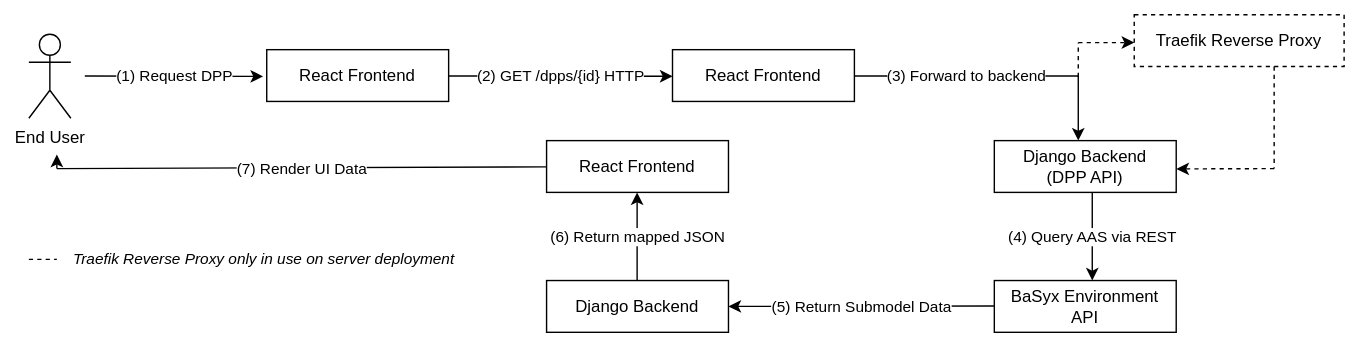
DHBW-TINF24F/Team6-BaSyx-DPP-API keeps this draw.io diagram as PROJECT/SAS/src/communication-diagram/TINF24F_SAS_Team_6_Communication-Diagram_R10.drawio.svg. Above is the earlier version. Source tidied: cells renumbered, new cells last; positions are measured from the earlier drawing's top-left corner, leaving out a move shared by most shapes.
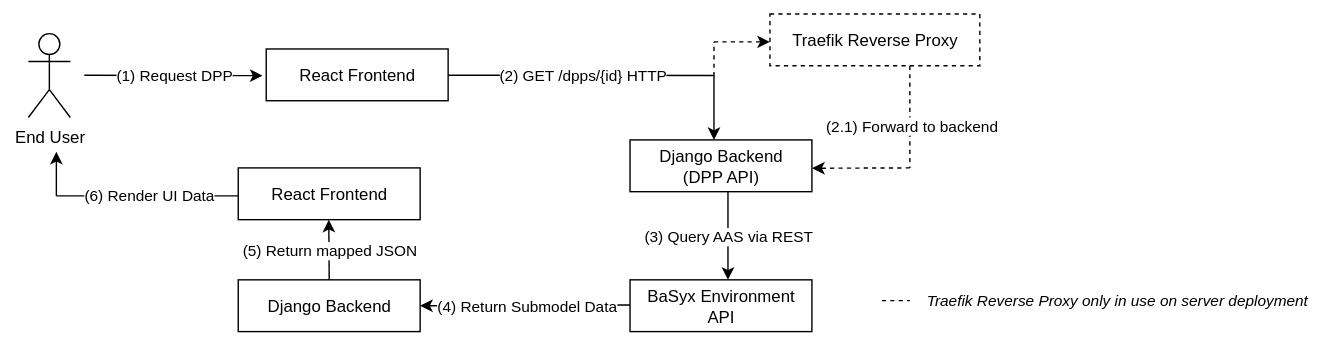
After the commit.

Commit message:
fixed faulty communication diagram

Change to the diagram source:
```diff
@@ -16,124 +16,114 @@
     <mxCell id="5" value="React Frontend" style="rounded=0;whiteSpace=wrap;html=1;" parent="1" vertex="1">
       <mxGeometry x="170" y="25" width="130" height="37" as="geometry" />
     </mxCell>
-    <mxCell id="6" style="endArrow=classic;html=1;rounded=0;" parent="1" edge="1">
+    <mxCell id="6" style="endArrow=none;html=1;rounded=0;endFill=0;" parent="1" edge="1">
       <mxGeometry relative="1" as="geometry">
         <mxPoint x="300" y="43.8" as="sourcePoint" />
-        <mxPoint x="460" y="44" as="targetPoint" />
+        <mxPoint x="490" y="44" as="targetPoint" />
       </mxGeometry>
     </mxCell>
     <mxCell id="7" value="(2) GET /dpps/{id} HTTP" style="edgeLabel;html=1;align=center;verticalAlign=middle;" parent="6" vertex="1">
       <mxGeometry relative="1" as="geometry" />
     </mxCell>
-    <mxCell id="8" value="React Frontend" style="rounded=0;whiteSpace=wrap;html=1;" parent="1" vertex="1">
-      <mxGeometry x="460" y="25" width="130" height="37" as="geometry" />
-    </mxCell>
     <mxCell id="9" style="endArrow=none;dashed=1;html=1;rounded=0;" parent="1" edge="1">
       <mxGeometry relative="1" as="geometry">
-        <mxPoint x="750" y="44.5" as="sourcePoint" />
-        <mxPoint x="750" y="20" as="targetPoint" />
+        <mxPoint x="490" y="44.5" as="sourcePoint" />
+        <mxPoint x="490" y="20" as="targetPoint" />
       </mxGeometry>
     </mxCell>
     <mxCell id="10" style="endArrow=classic;dashed=1;html=1;rounded=0;endFill=1;" parent="1" edge="1">
       <mxGeometry relative="1" as="geometry">
-        <mxPoint x="750" y="19.9" as="sourcePoint" />
-        <mxPoint x="790" y="19.9" as="targetPoint" />
+        <mxPoint x="490" y="19.9" as="sourcePoint" />
+        <mxPoint x="530" y="19.9" as="targetPoint" />
       </mxGeometry>
     </mxCell>
     <mxCell id="11" style="endArrow=classic;html=1;rounded=0;" parent="1" edge="1">
       <mxGeometry relative="1" as="geometry">
-        <mxPoint x="750" y="44" as="sourcePoint" />
-        <mxPoint x="750" y="90" as="targetPoint" />
+        <mxPoint x="490" y="44" as="sourcePoint" />
+        <mxPoint x="490" y="90" as="targetPoint" />
       </mxGeometry>
     </mxCell>
     <mxCell id="12" value="Traefik Reverse Proxy" style="rounded=0;whiteSpace=wrap;html=1;dashed=1;" parent="1" vertex="1">
-      <mxGeometry x="790" width="150" height="37" as="geometry" />
+      <mxGeometry x="530" width="150" height="37" as="geometry" />
     </mxCell>
-    <mxCell id="13" style="endArrow=none;html=1;rounded=0;endFill=0;" parent="1" edge="1">
-      <mxGeometry relative="1" as="geometry">
-        <mxPoint x="590" y="43.9" as="sourcePoint" />
-        <mxPoint x="750" y="43.9" as="targetPoint" />
-      </mxGeometry>
-    </mxCell>
-    <mxCell id="14" value="(3) Forward to backend" style="edgeLabel;html=1;align=center;verticalAlign=middle;" parent="13" vertex="1">
-      <mxGeometry relative="1" as="geometry" />
-    </mxCell>
     <mxCell id="15" value="Django Backend&lt;div&gt;(DPP API)&lt;/div&gt;" style="rounded=0;whiteSpace=wrap;html=1;" parent="1" vertex="1">
-      <mxGeometry x="690" y="90" width="130" height="37" as="geometry" />
+      <mxGeometry x="430" y="90" width="130" height="37" as="geometry" />
     </mxCell>
     <mxCell id="16" style="endArrow=none;html=1;rounded=0;exitX=0.16;exitY=0.977;exitDx=0;exitDy=0;exitPerimeter=0;dashed=1;endFill=0;" parent="1" edge="1">
       <mxGeometry relative="1" as="geometry">
-        <mxPoint x="890" y="37" as="sourcePoint" />
-        <mxPoint x="890" y="110" as="targetPoint" />
+        <mxPoint x="630" y="37" as="sourcePoint" />
+        <mxPoint x="630" y="110" as="targetPoint" />
       </mxGeometry>
     </mxCell>
+    <mxCell id="33" value="(2.1) Forward to backend" style="edgeLabel;html=1;align=center;verticalAlign=middle;" parent="16" vertex="1">
+      <mxGeometry x="0.15" y="1" relative="1" as="geometry" />
+    </mxCell>
     <mxCell id="17" style="endArrow=classic;html=1;rounded=0;dashed=1;endFill=1;entryX=1.001;entryY=0.547;entryDx=0;entryDy=0;entryPerimeter=0;" parent="1" edge="1" target="15">
       <mxGeometry relative="1" as="geometry">
-        <mxPoint x="890" y="110" as="sourcePoint" />
+        <mxPoint x="630" y="110" as="sourcePoint" />
       </mxGeometry>
     </mxCell>
     <mxCell id="18" value="BaSyx Environment&lt;div&gt;API&lt;/div&gt;" style="rounded=0;whiteSpace=wrap;html=1;" parent="1" vertex="1">
-      <mxGeometry x="690" y="190" width="130" height="37" as="geometry" />
+      <mxGeometry x="430" y="190" width="130" height="37" as="geometry" />
     </mxCell>
     <mxCell id="19" style="endArrow=none;html=1;rounded=0;startArrow=classic;startFill=1;endFill=0;" parent="1" edge="1">
       <mxGeometry relative="1" as="geometry">
-        <mxPoint x="760" y="190" as="sourcePoint" />
-        <mxPoint x="760" y="127" as="targetPoint" />
+        <mxPoint x="500" y="190" as="sourcePoint" />
+        <mxPoint x="500" y="127" as="targetPoint" />
       </mxGeometry>
     </mxCell>
-    <mxCell id="20" value="(4) Query AAS via REST" style="edgeLabel;html=1;align=center;verticalAlign=middle;" parent="19" vertex="1">
+    <mxCell id="20" value="(3) Query AAS via REST" style="edgeLabel;html=1;align=center;verticalAlign=middle;" parent="19" vertex="1">
       <mxGeometry relative="1" as="geometry" />
     </mxCell>
     <mxCell id="21" style="endArrow=none;html=1;rounded=0;startArrow=classic;startFill=1;endFill=0;exitX=1;exitY=0.5;exitDx=0;exitDy=0;" parent="1" edge="1" source="23">
       <mxGeometry relative="1" as="geometry">
-        <mxPoint x="690" y="208.2" as="targetPoint" />
+        <mxPoint x="430" y="208" as="targetPoint" />
       </mxGeometry>
     </mxCell>
-    <mxCell id="22" value="(5) Return Submodel Data" style="edgeLabel;html=1;align=center;verticalAlign=middle;" parent="21" vertex="1">
+    <mxCell id="22" value="(4) Return Submodel Data" style="edgeLabel;html=1;align=center;verticalAlign=middle;" parent="21" vertex="1">
       <mxGeometry relative="1" as="geometry" />
     </mxCell>
     <mxCell id="23" value="Django Backend" style="rounded=0;whiteSpace=wrap;html=1;" parent="1" vertex="1">
-      <mxGeometry x="370" y="190" width="130" height="37" as="geometry" />
+      <mxGeometry x="150" y="190" width="130" height="37" as="geometry" />
     </mxCell>
     <mxCell id="24" style="endArrow=classic;html=1;rounded=0;startArrow=none;startFill=0;endFill=1;" parent="1" edge="1">
       <mxGeometry relative="1" as="geometry">
-        <mxPoint x="434.7" y="190" as="sourcePoint" />
-        <mxPoint x="434.7" y="127" as="targetPoint" />
+        <mxPoint x="215" y="190" as="sourcePoint" />
+        <mxPoint x="214.7" y="147" as="targetPoint" />
       </mxGeometry>
     </mxCell>
-    <mxCell id="25" value="(6) Return mapped JSON" style="edgeLabel;html=1;align=center;verticalAlign=middle;" parent="24" vertex="1">
+    <mxCell id="25" value="(5) Return mapped JSON" style="edgeLabel;html=1;align=center;verticalAlign=middle;" parent="24" vertex="1">
       <mxGeometry relative="1" as="geometry" />
     </mxCell>
-    <mxCell id="26" style="endArrow=none;html=1;rounded=0;startArrow=classic;startFill=1;endFill=0;" parent="1" edge="1" source="29">
-      <mxGeometry relative="1" as="geometry">
-        <mxPoint x="400" y="108.3" as="targetPoint" />
-      </mxGeometry>
-    </mxCell>
-    <mxCell id="27" style="endArrow=none;html=1;rounded=0;startArrow=none;startFill=0;endFill=0;" parent="1" edge="1" target="29">
+    <mxCell id="27" style="endArrow=none;html=1;rounded=0;startArrow=none;startFill=0;endFill=0;" parent="1" edge="1">
       <mxGeometry relative="1" as="geometry">
-        <mxPoint x="20" y="110" as="sourcePoint" />
+        <mxPoint x="20" y="130" as="sourcePoint" />
+        <mxPoint x="150" y="130" as="targetPoint" />
       </mxGeometry>
     </mxCell>
-    <mxCell id="28" value="(7) Render UI Data" style="edgeLabel;html=1;align=center;verticalAlign=middle;" parent="27" vertex="1">
+    <mxCell id="28" value="(6) Render UI Data" style="edgeLabel;html=1;align=center;verticalAlign=middle;" parent="27" vertex="1">
       <mxGeometry relative="1" as="geometry" />
     </mxCell>
     <mxCell id="29" value="React Frontend" style="rounded=0;whiteSpace=wrap;html=1;" parent="1" vertex="1">
-      <mxGeometry x="370" y="90" width="130" height="37" as="geometry" />
+      <mxGeometry x="150" y="110" width="130" height="37" as="geometry" />
     </mxCell>
-    <mxCell id="30" style="endArrow=classic;html=1;rounded=0;startArrow=none;startFill=0;endFill=1;" parent="1" edge="1">
-      <mxGeometry relative="1" as="geometry">
-        <mxPoint x="20" y="110" as="sourcePoint" />
-        <mxPoint x="20" y="100" as="targetPoint" />
-      </mxGeometry>
-    </mxCell>
+    <mxCell id="34" style="group;" parent="1" vertex="1">
+      <mxGeometry x="610" y="190" width="320" height="30" as="geometry" />
+    </mxCell>
-    <mxCell id="31" style="endArrow=none;dashed=1;html=1;rounded=0;" parent="1" edge="1">
+    <mxCell id="31" style="endArrow=none;dashed=1;html=1;rounded=0;" parent="34" edge="1">
       <mxGeometry relative="1" as="geometry">
-        <mxPoint y="174.9" as="sourcePoint" />
-        <mxPoint x="20" y="174.9" as="targetPoint" />
+        <mxPoint y="14.9" as="sourcePoint" />
+        <mxPoint x="20" y="14.9" as="targetPoint" />
       </mxGeometry>
     </mxCell>
-    <mxCell id="32" value="Traefik Reverse Proxy only in use on server deployment" style="text;html=1;whiteSpace=wrap;strokeColor=none;fillColor=none;align=left;verticalAlign=middle;rounded=0;fontSize=11;fontStyle=2;" parent="1" vertex="1">
-      <mxGeometry x="30" y="160" width="290" height="30" as="geometry" />
+    <mxCell id="32" value="Traefik Reverse Proxy only in use on server deployment" style="text;html=1;whiteSpace=wrap;strokeColor=none;fillColor=none;align=left;verticalAlign=middle;rounded=0;fontSize=11;fontStyle=2;" parent="34" vertex="1">
+      <mxGeometry x="30" width="290" height="30" as="geometry" />
     </mxCell>
+    <mxCell id="35" style="endArrow=none;html=1;rounded=0;startArrow=classic;startFill=1;" parent="1" edge="1">
+      <mxGeometry relative="1" as="geometry">
+        <mxPoint x="20" y="98.5" as="sourcePoint" />
+        <mxPoint x="20" y="130" as="targetPoint" />
+      </mxGeometry>
+    </mxCell>
   </root>
 </mxGraphModel>
```
